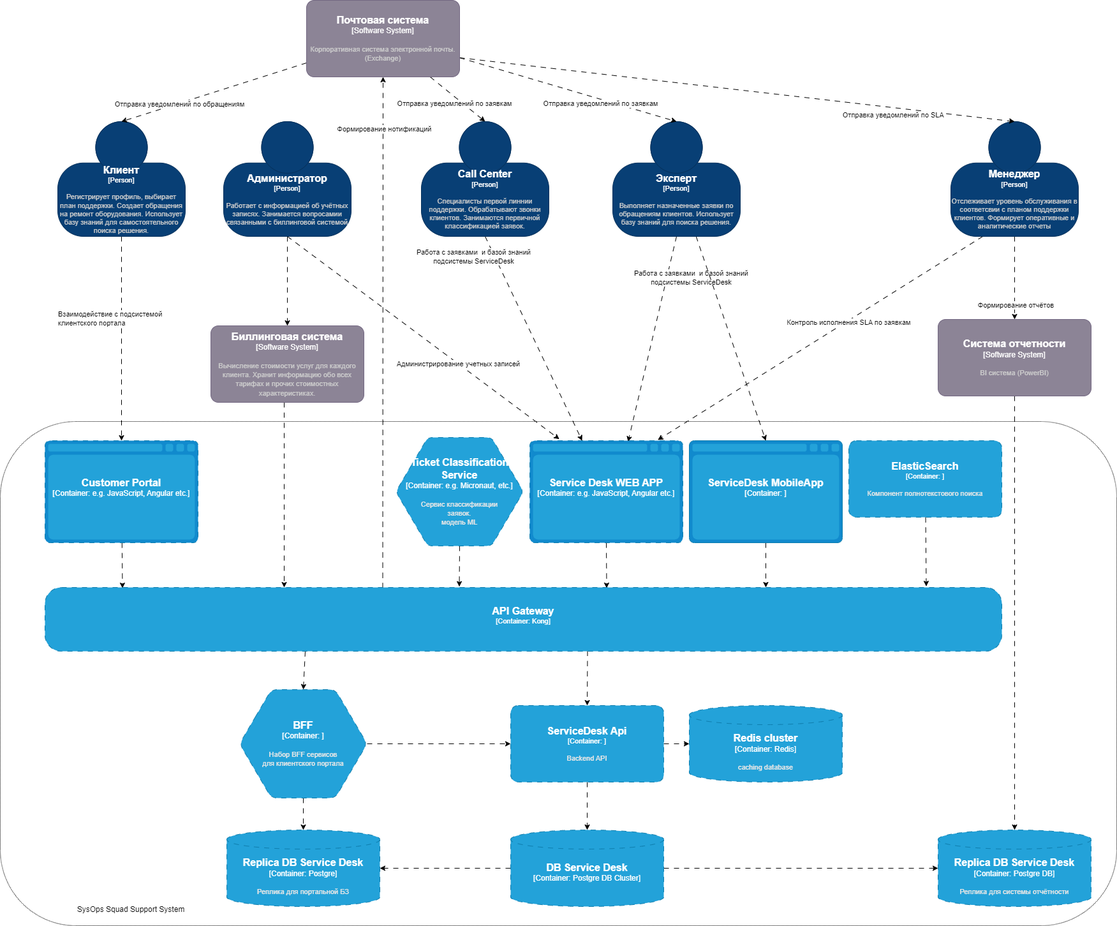
misterpavelbak/otus-arch-course keeps this draw.io diagram as diagrams/C4-container.drawio.png. Above is the earlier version. Source tidied: cells renumbered, new cells last; positions are measured from the earlier drawing's top-left corner, leaving out a move shared by most shapes.
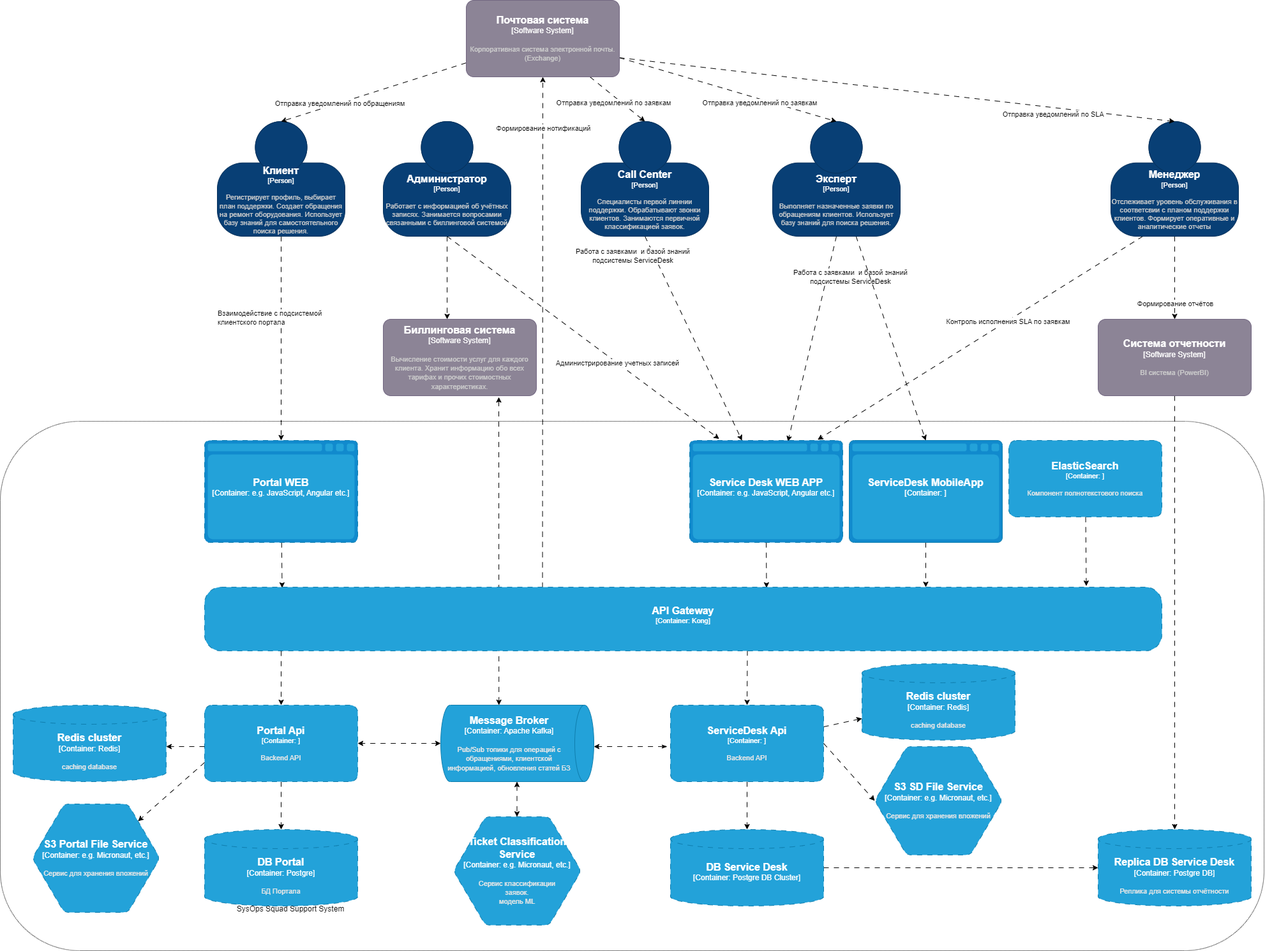
The same diagram one commit later.

What changed in the source:
```diff
@@ -5,4 +5,10 @@
     <mxCell id="2" style="whiteSpace=wrap;html=1;dashed=1;dashPattern=1 1;fillColor=none;align=left;rounded=1;" parent="1" vertex="1">
-      <mxGeometry y="660" width="1750" height="790" as="geometry" />
+      <mxGeometry x="-250" y="660" width="1980" height="830" as="geometry" />
     </mxCell>
+    <mxCell id="65" style="edgeStyle=none;html=1;dashed=1;dashPattern=8 8;entryX=0;entryY=0.75;entryDx=0;entryDy=0;entryPerimeter=0;startArrow=classic;startFill=1;" parent="1" edge="1">
+      <mxGeometry relative="1" as="geometry">
+        <mxPoint x="531" y="622" as="sourcePoint" />
+        <mxPoint x="531.2" y="1105" as="targetPoint" />
+      </mxGeometry>
+    </mxCell>
     <mxCell id="3" style="edgeStyle=none;html=1;exitX=0.5;exitY=1;exitDx=0;exitDy=0;exitPerimeter=0;entryX=0.5;entryY=0;entryDx=0;entryDy=0;entryPerimeter=0;dashed=1;dashPattern=8 8;" parent="1" edge="1" source="5" target="40">
@@ -31,3 +37,3 @@
     </mxCell>
-    <mxCell id="9" style="edgeStyle=none;html=1;entryX=0.5;entryY=0;entryDx=0;entryDy=0;entryPerimeter=0;dashed=1;dashPattern=8 8;" parent="1" edge="1" source="10" target="31">
+    <mxCell id="9" style="edgeStyle=none;html=1;entryX=0.417;entryY=0;entryDx=0;entryDy=0;entryPerimeter=0;dashed=1;dashPattern=8 8;" parent="1" edge="1" source="10" target="31">
       <mxGeometry relative="1" as="geometry" />
@@ -110,10 +116,5 @@
     </object>
-    <mxCell id="30" style="edgeStyle=none;html=1;dashed=1;dashPattern=8 8;entryX=0.25;entryY=0;entryDx=0;entryDy=0;entryPerimeter=0;" parent="1" edge="1" target="45">
-      <mxGeometry relative="1" as="geometry">
-        <mxPoint x="445" y="630" as="sourcePoint" />
-      </mxGeometry>
-    </mxCell>
     <object id="31" label="&lt;font style=&quot;font-size: 16px&quot;&gt;&lt;b&gt;%c4Name%&lt;/b&gt;&lt;/font&gt;&lt;div&gt;[%c4Type%]&lt;/div&gt;&lt;br&gt;&lt;div&gt;&lt;font style=&quot;font-size: 11px&quot;&gt;&lt;font color=&quot;#cccccc&quot;&gt;%c4Description%&lt;/font&gt;&lt;/div&gt;" c4Description="Вычисление стоимости услуг для каждого клиента. Хранит информацию обо всех тарифах и прочих стоимостных характеристиках." c4Name="Биллинговая система" c4Type="Software System" placeholders="1">
       <mxCell style="rounded=1;whiteSpace=wrap;html=1;labelBackgroundColor=none;fillColor=#8C8496;fontColor=#ffffff;align=center;arcSize=10;strokeColor=#736782;points=[[0.25,0,0],[0.5,0,0],[0.75,0,0],[1,0.25,0],[1,0.5,0],[1,0.75,0],[0.75,1,0],[0.5,1,0],[0.25,1,0],[0,0.75,0],[0,0.5,0],[0,0.25,0]];" parent="1" vertex="1">
-        <mxGeometry x="330" y="510" width="240" height="120" as="geometry" />
+        <mxGeometry x="350" y="500" width="240" height="120" as="geometry" />
       </mxCell>
@@ -148,3 +149,3 @@
     </mxCell>
-    <object id="40" label="&lt;font style=&quot;font-size: 16px&quot;&gt;&lt;b&gt;%c4Type%&lt;/b&gt;&lt;/font&gt;&lt;div&gt;[%c4Container%:&amp;nbsp;%c4Technology%]&lt;/div&gt;&lt;br&gt;&lt;div&gt;&lt;font style=&quot;font-size: 11px&quot;&gt;&lt;font color=&quot;#E6E6E6&quot;&gt;%c4Description%&lt;/font&gt;&lt;/div&gt;" c4Container="Container" c4Description="" c4Technology="e.g. JavaScript, Angular etc." c4Type="Customer Portal" placeholders="1">
+    <object id="40" label="&lt;font style=&quot;font-size: 16px&quot;&gt;&lt;b&gt;%c4Type%&lt;/b&gt;&lt;/font&gt;&lt;div&gt;[%c4Container%:&amp;nbsp;%c4Technology%]&lt;/div&gt;&lt;br&gt;&lt;div&gt;&lt;font style=&quot;font-size: 11px&quot;&gt;&lt;font color=&quot;#E6E6E6&quot;&gt;%c4Description%&lt;/font&gt;&lt;/div&gt;" c4Container="Container" c4Description="" c4Technology="e.g. JavaScript, Angular etc." c4Type="Portal WEB" placeholders="1">
       <mxCell style="shape=mxgraph.c4.webBrowserContainer2;whiteSpace=wrap;html=1;boundedLbl=1;rounded=0;labelBackgroundColor=none;strokeColor=#118ACD;fillColor=#23A2D9;strokeColor=#118ACD;strokeColor2=#0E7DAD;fontSize=12;fontColor=#ffffff;align=center;points=[[0.5,0,0],[1,0.25,0],[1,0.5,0],[1,0.75,0],[0.5,1,0],[0,0.75,0],[0,0.5,0],[0,0.25,0]];dashed=1;dashPattern=8 8;" parent="1" vertex="1">
@@ -161,5 +162,2 @@
     </object>
-    <mxCell id="43" style="edgeStyle=none;html=1;entryX=0.5;entryY=0;entryDx=0;entryDy=0;entryPerimeter=0;exitX=0.272;exitY=1;exitDx=0;exitDy=0;exitPerimeter=0;dashed=1;dashPattern=8 8;" parent="1" edge="1" source="45" target="51">
-      <mxGeometry relative="1" as="geometry" />
-    </mxCell>
     <mxCell id="44" style="edgeStyle=none;html=1;entryX=0.5;entryY=0;entryDx=0;entryDy=0;entryPerimeter=0;dashed=1;dashPattern=8 8;exitX=0.567;exitY=0.993;exitDx=0;exitDy=0;exitPerimeter=0;" parent="1" edge="1" source="45" target="54">
@@ -172,5 +170,2 @@
     </object>
-    <mxCell id="46" style="edgeStyle=none;html=1;dashed=1;dashPattern=8 8;" parent="1" edge="1" source="48" target="55">
-      <mxGeometry relative="1" as="geometry" />
-    </mxCell>
     <mxCell id="47" style="edgeStyle=none;html=1;dashed=1;dashPattern=8 8;" parent="1" edge="1" source="48" target="56">
@@ -183,13 +178,5 @@
     </object>
-    <mxCell id="49" style="edgeStyle=none;html=1;entryX=0;entryY=0.5;entryDx=0;entryDy=0;entryPerimeter=0;dashed=1;dashPattern=8 8;" parent="1" edge="1" source="51" target="54">
-      <mxGeometry relative="1" as="geometry" />
-    </mxCell>
-    <mxCell id="50" style="edgeStyle=none;html=1;entryX=0.5;entryY=0;entryDx=0;entryDy=0;entryPerimeter=0;dashed=1;dashPattern=8 8;" parent="1" edge="1" source="51" target="55">
+    <mxCell id="50" style="edgeStyle=none;html=1;entryX=0.5;entryY=0;entryDx=0;entryDy=0;entryPerimeter=0;dashed=1;dashPattern=8 8;exitX=0.5;exitY=1;exitDx=0;exitDy=0;exitPerimeter=0;" parent="1" edge="1" source="66" target="68">
       <mxGeometry relative="1" as="geometry" />
     </mxCell>
-    <object id="51" label="&lt;font style=&quot;font-size: 16px&quot;&gt;&lt;b&gt;%c4Type%&lt;/b&gt;&lt;/font&gt;&lt;div&gt;[%c4Container%:&amp;nbsp;%c4Technology%]&lt;/div&gt;&lt;br&gt;&lt;div&gt;&lt;font style=&quot;font-size: 11px&quot;&gt;&lt;font color=&quot;#E6E6E6&quot;&gt;%c4Description%&lt;/font&gt;&lt;/div&gt;" c4Container="Container" c4Description="Набор BFF сервисов &#10;для клиентского портала" c4Technology="" c4Type="BFF " placeholders="1">
-      <mxCell style="shape=hexagon;size=50;perimeter=hexagonPerimeter2;whiteSpace=wrap;html=1;fixedSize=1;rounded=1;labelBackgroundColor=none;fillColor=#23A2D9;fontSize=12;fontColor=#ffffff;align=center;strokeColor=#0E7DAD;points=[[0.5,0,0],[1,0.25,0],[1,0.5,0],[1,0.75,0],[0.5,1,0],[0,0.75,0],[0,0.5,0],[0,0.25,0]];dashed=1;dashPattern=8 8;" parent="1" vertex="1">
-        <mxGeometry x="375" y="1080" width="200" height="170" as="geometry" />
-      </mxCell>
-    </object>
     <mxCell id="52" style="edgeStyle=none;html=1;dashed=1;dashPattern=8 8;" parent="1" edge="1" source="54" target="48">
@@ -205,7 +192,2 @@
     </object>
-    <object id="55" label="&lt;font style=&quot;font-size: 16px&quot;&gt;&lt;b&gt;%c4Type%&lt;/b&gt;&lt;/font&gt;&lt;div&gt;[%c4Container%:&amp;nbsp;%c4Technology%]&lt;/div&gt;&lt;br&gt;&lt;div&gt;&lt;font style=&quot;font-size: 11px&quot;&gt;&lt;font color=&quot;#E6E6E6&quot;&gt;%c4Description%&lt;/font&gt;&lt;/div&gt;" c4Container="Container" c4Description="Реплика для портальной БЗ" c4Technology="Postgre" c4Type="Replica DB Service Desk" placeholders="1">
-      <mxCell style="shape=cylinder3;size=15;whiteSpace=wrap;html=1;boundedLbl=1;rounded=0;labelBackgroundColor=none;fillColor=#23A2D9;fontSize=12;fontColor=#ffffff;align=center;strokeColor=#0E7DAD;points=[[0.5,0,0],[1,0.25,0],[1,0.5,0],[1,0.75,0],[0.5,1,0],[0,0.75,0],[0,0.5,0],[0,0.25,0]];dashed=1;dashPattern=8 8;" parent="1" vertex="1">
-        <mxGeometry x="355" y="1300" width="240" height="120" as="geometry" />
-      </mxCell>
-    </object>
     <object id="56" label="&lt;font style=&quot;font-size: 16px&quot;&gt;&lt;b&gt;%c4Type%&lt;/b&gt;&lt;/font&gt;&lt;div&gt;[%c4Container%:&amp;nbsp;%c4Technology%]&lt;/div&gt;&lt;br&gt;&lt;div&gt;&lt;font style=&quot;font-size: 11px&quot;&gt;&lt;font color=&quot;#E6E6E6&quot;&gt;%c4Description%&lt;/font&gt;&lt;/div&gt;" c4Container="Container" c4Description="Реплика для системы отчётности" c4Technology="Postgre DB" c4Type="Replica DB Service Desk" placeholders="1">
@@ -215,8 +197,5 @@
     </object>
-    <mxCell id="57" style="edgeStyle=none;html=1;dashed=1;dashPattern=8 8;exitX=0.5;exitY=1;exitDx=0;exitDy=0;exitPerimeter=0;entryX=0.433;entryY=-0.013;entryDx=0;entryDy=0;entryPerimeter=0;" parent="1" edge="1" source="58" target="45">
-      <mxGeometry relative="1" as="geometry" />
-    </mxCell>
     <object id="58" label="&lt;font style=&quot;font-size: 16px&quot;&gt;&lt;b&gt;%c4Type%&lt;/b&gt;&lt;/font&gt;&lt;div&gt;[%c4Container%:&amp;nbsp;%c4Technology%]&lt;/div&gt;&lt;br&gt;&lt;div&gt;&lt;font style=&quot;font-size: 11px&quot;&gt;&lt;font color=&quot;#E6E6E6&quot;&gt;%c4Description%&lt;/font&gt;&lt;/div&gt;" c4Container="Container" c4Description="Сервис классификации&#10; заявок.&#10;модель ML" c4Technology="e.g. Micronaut, etc." c4Type="Ticket Classification Service" placeholders="1">
       <mxCell style="shape=hexagon;size=50;perimeter=hexagonPerimeter2;whiteSpace=wrap;html=1;fixedSize=1;rounded=1;labelBackgroundColor=none;fillColor=#23A2D9;fontSize=12;fontColor=#ffffff;align=center;strokeColor=#0E7DAD;points=[[0.5,0,0],[1,0.25,0],[1,0.5,0],[1,0.75,0],[0.5,1,0],[0,0.75,0],[0,0.5,0],[0,0.25,0]];dashed=1;dashPattern=8 8;arcSize=16;" parent="1" vertex="1">
-        <mxGeometry x="620" y="685" width="200" height="170" as="geometry" />
+        <mxGeometry x="460" y="1280" width="200" height="170" as="geometry" />
       </mxCell>
@@ -225,3 +204,3 @@
       <mxCell style="shape=cylinder3;size=15;whiteSpace=wrap;html=1;boundedLbl=1;rounded=0;labelBackgroundColor=none;fillColor=#23A2D9;fontSize=12;fontColor=#ffffff;align=center;strokeColor=#0E7DAD;points=[[0.5,0,0],[1,0.25,0],[1,0.5,0],[1,0.75,0],[0.5,1,0],[0,0.75,0],[0,0.5,0],[0,0.25,0]];dashed=1;dashPattern=8 8;" parent="1" vertex="1">
-        <mxGeometry x="1080" y="1105" width="240" height="120" as="geometry" />
+        <mxGeometry x="1100" y="1040" width="240" height="120" as="geometry" />
       </mxCell>
@@ -249,2 +228,64 @@
     </object>
+    <object id="66" label="&lt;font style=&quot;font-size: 16px&quot;&gt;&lt;b&gt;%c4Name%&lt;/b&gt;&lt;/font&gt;&lt;div&gt;[%c4Type%: %c4Technology%]&lt;/div&gt;&lt;br&gt;&lt;div&gt;&lt;font style=&quot;font-size: 11px&quot;&gt;&lt;font color=&quot;#E6E6E6&quot;&gt;%c4Description%&lt;/font&gt;&lt;/div&gt;" c4Description="Backend API" c4Name="Portal Api" c4Technology="" c4Type="Container" placeholders="1">
+      <mxCell style="rounded=1;whiteSpace=wrap;html=1;fontSize=11;labelBackgroundColor=none;fillColor=#23A2D9;fontColor=#ffffff;align=center;arcSize=10;strokeColor=#0E7DAD;points=[[0.25,0,0],[0.5,0,0],[0.75,0,0],[1,0.25,0],[1,0.5,0],[1,0.75,0],[0.75,1,0],[0.5,1,0],[0.25,1,0],[0,0.75,0],[0,0.5,0],[0,0.25,0]];dashed=1;dashPattern=8 8;" parent="1" vertex="1">
+        <mxGeometry x="70" y="1105" width="240" height="120" as="geometry" />
+      </mxCell>
+    </object>
+    <mxCell id="67" style="edgeStyle=none;html=1;entryX=0.5;entryY=0;entryDx=0;entryDy=0;entryPerimeter=0;dashed=1;dashPattern=8 8;" parent="1" edge="1" target="66">
+      <mxGeometry relative="1" as="geometry">
+        <mxPoint x="190" y="1020" as="sourcePoint" />
+      </mxGeometry>
+    </mxCell>
+    <object id="68" label="&lt;font style=&quot;font-size: 16px&quot;&gt;&lt;b&gt;%c4Type%&lt;/b&gt;&lt;/font&gt;&lt;div&gt;[%c4Container%:&amp;nbsp;%c4Technology%]&lt;/div&gt;&lt;br&gt;&lt;div&gt;&lt;font style=&quot;font-size: 11px&quot;&gt;&lt;font color=&quot;#E6E6E6&quot;&gt;%c4Description%&lt;/font&gt;&lt;/div&gt;" c4Container="Container" c4Description="БД Портала" c4Technology="Postgre" c4Type="DB Portal" placeholders="1">
+      <mxCell style="shape=cylinder3;size=15;whiteSpace=wrap;html=1;boundedLbl=1;rounded=0;labelBackgroundColor=none;fillColor=#23A2D9;fontSize=12;fontColor=#ffffff;align=center;strokeColor=#0E7DAD;points=[[0.5,0,0],[1,0.25,0],[1,0.5,0],[1,0.75,0],[0.5,1,0],[0,0.75,0],[0,0.5,0],[0,0.25,0]];dashed=1;dashPattern=8 8;" parent="1" vertex="1">
+        <mxGeometry x="70" y="1300" width="240" height="120" as="geometry" />
+      </mxCell>
+    </object>
+    <object id="69" label="&lt;font style=&quot;font-size: 16px&quot;&gt;&lt;b&gt;%c4Type%&lt;/b&gt;&lt;/font&gt;&lt;div&gt;[%c4Container%:&amp;nbsp;%c4Technology%]&lt;/div&gt;&lt;br&gt;&lt;div&gt;&lt;font style=&quot;font-size: 11px&quot;&gt;&lt;font color=&quot;#E6E6E6&quot;&gt;%c4Description%&lt;/font&gt;&lt;/div&gt;" c4Container="Container" c4Description="Pub/Sub топики для операций с обращениями, клиентской информацией, обновления статей БЗ" c4Technology="Apache Kafka" c4Type="Message Broker" placeholders="1">
+      <mxCell style="shape=cylinder3;size=15;direction=south;whiteSpace=wrap;html=1;boundedLbl=1;rounded=0;labelBackgroundColor=none;fillColor=#23A2D9;fontSize=12;fontColor=#ffffff;align=center;strokeColor=#0E7DAD;points=[[0.5,0,0],[1,0.25,0],[1,0.5,0],[1,0.75,0],[0.5,1,0],[0,0.75,0],[0,0.5,0],[0,0.25,0]];" parent="1" vertex="1">
+        <mxGeometry x="440" y="1105" width="240" height="120" as="geometry" />
+      </mxCell>
+    </object>
+    <mxCell id="70" style="edgeStyle=none;html=1;entryX=1;entryY=0.5;entryDx=0;entryDy=0;entryPerimeter=0;dashed=1;dashPattern=8 8;exitX=0.5;exitY=1;exitDx=0;exitDy=0;exitPerimeter=0;startArrow=classic;startFill=1;" parent="1" edge="1" source="69" target="66">
+      <mxGeometry relative="1" as="geometry" />
+    </mxCell>
+    <mxCell id="71" style="edgeStyle=none;html=1;entryX=1;entryY=0.75;entryDx=0;entryDy=0;entryPerimeter=0;dashed=1;dashPattern=8 8;startArrow=classicThin;startFill=1;" parent="1" edge="1">
+      <mxGeometry relative="1" as="geometry">
+        <mxPoint x="795" y="1170" as="sourcePoint" />
+        <mxPoint x="680" y="1170" as="targetPoint" />
+      </mxGeometry>
+    </mxCell>
+    <object id="72" label="&lt;font style=&quot;font-size: 16px&quot;&gt;&lt;b&gt;%c4Type%&lt;/b&gt;&lt;/font&gt;&lt;div&gt;[%c4Container%:&amp;nbsp;%c4Technology%]&lt;/div&gt;&lt;br&gt;&lt;div&gt;&lt;font style=&quot;font-size: 11px&quot;&gt;&lt;font color=&quot;#E6E6E6&quot;&gt;%c4Description%&lt;/font&gt;&lt;/div&gt;" c4Container="Container" c4Description="caching database" c4Technology="Redis" c4Type="Redis cluster" placeholders="1">
+      <mxCell style="shape=cylinder3;size=15;whiteSpace=wrap;html=1;boundedLbl=1;rounded=0;labelBackgroundColor=none;fillColor=#23A2D9;fontSize=12;fontColor=#ffffff;align=center;strokeColor=#0E7DAD;dashed=1;dashPattern=8 8;" parent="1" vertex="1">
+        <mxGeometry x="-230" y="1105" width="240" height="120" as="geometry" />
+      </mxCell>
+    </object>
+    <mxCell id="73" style="edgeStyle=none;html=1;dashed=1;dashPattern=8 8;" parent="1" edge="1">
+      <mxGeometry relative="1" as="geometry">
+        <mxPoint x="70" y="1170" as="sourcePoint" />
+        <mxPoint x="10" y="1170" as="targetPoint" />
+      </mxGeometry>
+    </mxCell>
+    <mxCell id="74" style="edgeStyle=none;html=1;dashed=1;dashPattern=8 8;startArrow=classic;startFill=1;" parent="1" edge="1">
+      <mxGeometry relative="1" as="geometry">
+        <mxPoint x="559.5" y="1225" as="sourcePoint" />
+        <mxPoint x="559.5" y="1280" as="targetPoint" />
+      </mxGeometry>
+    </mxCell>
+    <object id="75" label="&lt;font style=&quot;font-size: 16px&quot;&gt;&lt;b&gt;%c4Type%&lt;/b&gt;&lt;/font&gt;&lt;div&gt;[%c4Container%:&amp;nbsp;%c4Technology%]&lt;/div&gt;&lt;br&gt;&lt;div&gt;&lt;font style=&quot;font-size: 11px&quot;&gt;&lt;font color=&quot;#E6E6E6&quot;&gt;%c4Description%&lt;/font&gt;&lt;/div&gt;" c4Container="Container" c4Description="Сервис для хранения вложений" c4Technology="e.g. Micronaut, etc." c4Type="S3 Portal File Service" placeholders="1">
+      <mxCell style="shape=hexagon;size=50;perimeter=hexagonPerimeter2;whiteSpace=wrap;html=1;fixedSize=1;rounded=1;labelBackgroundColor=none;fillColor=#23A2D9;fontSize=12;fontColor=#ffffff;align=center;strokeColor=#0E7DAD;points=[[0.5,0,0],[1,0.25,0],[1,0.5,0],[1,0.75,0],[0.5,1,0],[0,0.75,0],[0,0.5,0],[0,0.25,0]];dashed=1;dashPattern=8 8;arcSize=16;" parent="1" vertex="1">
+        <mxGeometry x="-200" y="1260" width="200" height="170" as="geometry" />
+      </mxCell>
+    </object>
+    <mxCell id="76" style="edgeStyle=none;html=1;dashed=1;dashPattern=8 8;exitX=0;exitY=0.75;exitDx=0;exitDy=0;exitPerimeter=0;" parent="1" edge="1" source="66" target="75">
+      <mxGeometry relative="1" as="geometry" />
+    </mxCell>
+    <object id="77" label="&lt;font style=&quot;font-size: 16px&quot;&gt;&lt;b&gt;%c4Type%&lt;/b&gt;&lt;/font&gt;&lt;div&gt;[%c4Container%:&amp;nbsp;%c4Technology%]&lt;/div&gt;&lt;br&gt;&lt;div&gt;&lt;font style=&quot;font-size: 11px&quot;&gt;&lt;font color=&quot;#E6E6E6&quot;&gt;%c4Description%&lt;/font&gt;&lt;/div&gt;" c4Container="Container" c4Description="Сервис для хранения вложений" c4Technology="e.g. Micronaut, etc." c4Type="S3 SD File Service" placeholders="1">
+      <mxCell style="shape=hexagon;size=50;perimeter=hexagonPerimeter2;whiteSpace=wrap;html=1;fixedSize=1;rounded=1;labelBackgroundColor=none;fillColor=#23A2D9;fontSize=12;fontColor=#ffffff;align=center;strokeColor=#0E7DAD;points=[[0.5,0,0],[1,0.25,0],[1,0.5,0],[1,0.75,0],[0.5,1,0],[0,0.75,0],[0,0.5,0],[0,0.25,0]];dashed=1;dashPattern=8 8;arcSize=16;" parent="1" vertex="1">
+        <mxGeometry x="1120" y="1170" width="200" height="170" as="geometry" />
+      </mxCell>
+    </object>
+    <mxCell id="78" style="edgeStyle=none;html=1;dashed=1;dashPattern=8 8;exitX=1;exitY=0.5;exitDx=0;exitDy=0;exitPerimeter=0;entryX=0;entryY=0.5;entryDx=0;entryDy=0;entryPerimeter=0;" parent="1" edge="1" source="54" target="77">
+      <mxGeometry relative="1" as="geometry" />
+    </mxCell>
   </root>
```
